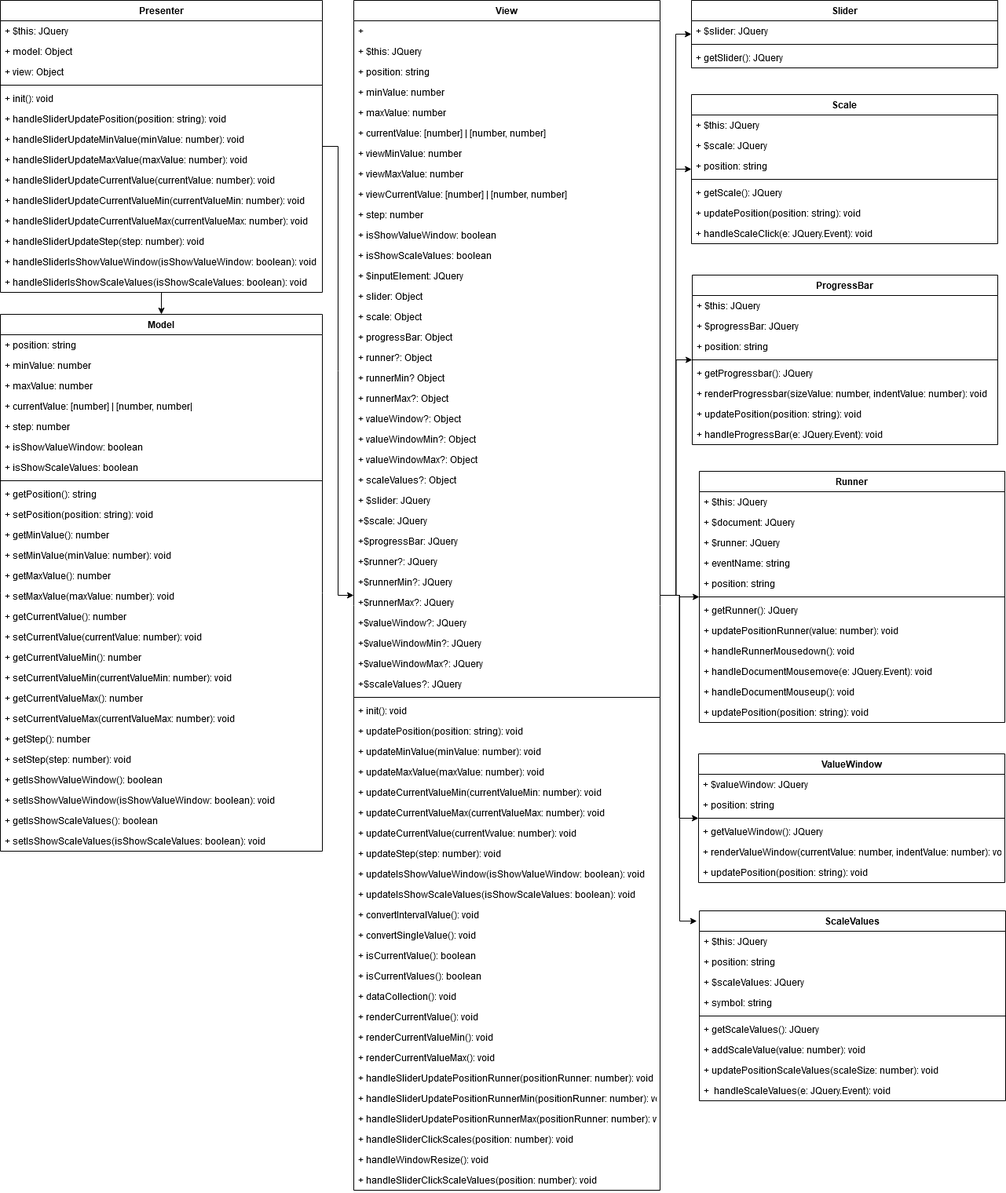
evgeny1993r/jquery-slider-plugin keeps this draw.io diagram as src/images/Untitled Diagram.png. Above is the earlier version. Source tidied: cells renumbered, new cells last; positions are measured from the earlier drawing's top-left corner, leaving out a move shared by most shapes.
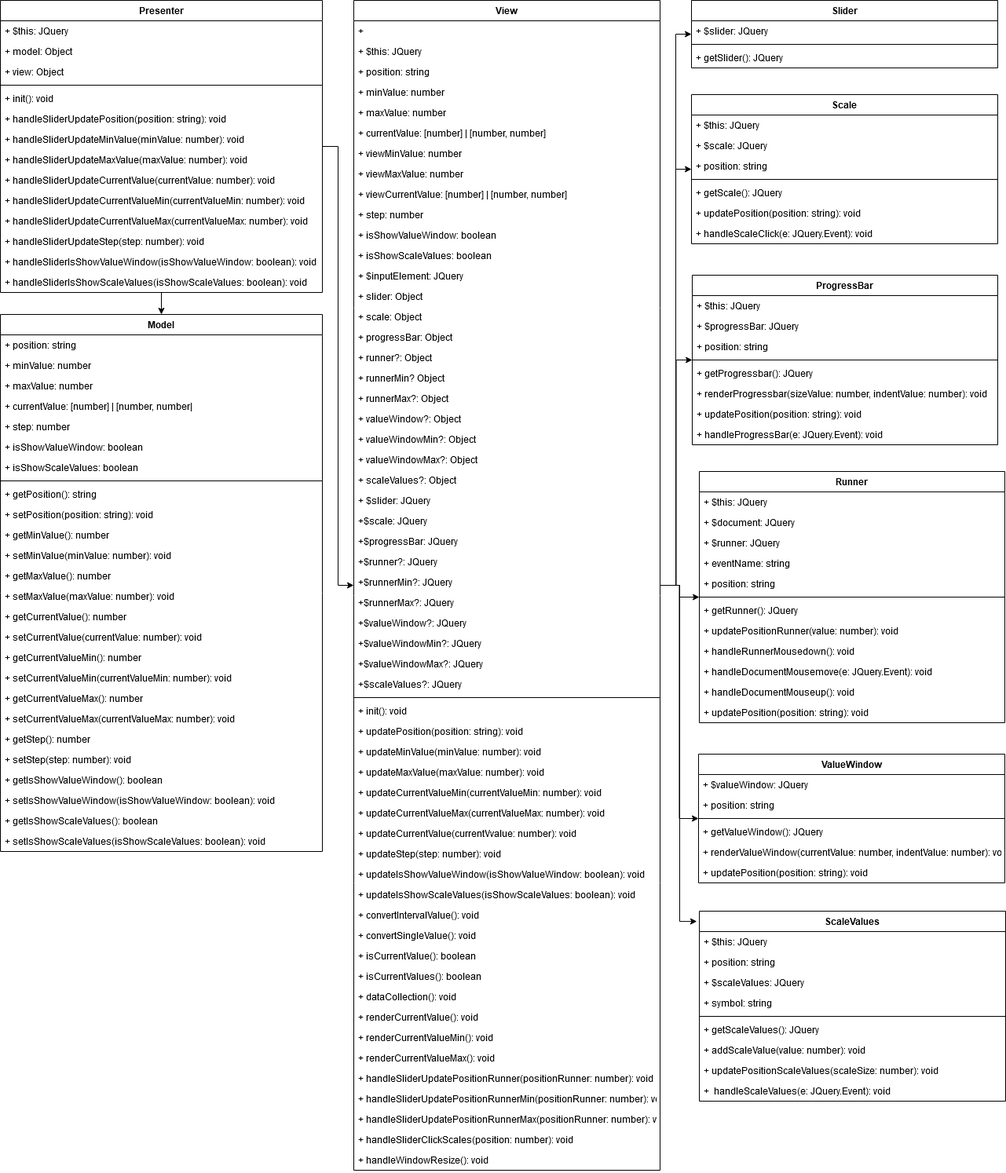
The same diagram one commit later.

The edit, as a diff of the source:
```diff
@@ -21,7 +21,7 @@
       <mxGeometry relative="1" as="geometry" />
     </mxCell>
     <mxCell id="8" value="View" style="swimlane;fontStyle=1;align=center;verticalAlign=top;horizontal=1;startSize=26;" parent="1" vertex="1">
-      <mxGeometry x="450" width="390" height="1516" as="geometry" />
+      <mxGeometry x="450" width="390" height="1490" as="geometry" />
     </mxCell>
     <mxCell id="9" value="+ " style="text;strokeColor=none;fillColor=none;align=left;verticalAlign=top;spacingLeft=4;spacingRight=4;overflow=hidden;" parent="8" vertex="1">
       <mxGeometry y="26" width="390" height="26" as="geometry" />
@@ -194,9 +194,6 @@
     <mxCell id="65" value="+ handleWindowResize(): void&#10;" style="text;strokeColor=none;fillColor=none;align=left;verticalAlign=top;spacingLeft=4;spacingRight=4;overflow=hidden;" parent="8" vertex="1">
       <mxGeometry y="1464" width="390" height="26" as="geometry" />
     </mxCell>
-    <mxCell id="66" value="+ handleSliderClickScaleValues(position: number): void" style="text;strokeColor=none;fillColor=none;align=left;verticalAlign=top;spacingLeft=4;spacingRight=4;overflow=hidden;" parent="8" vertex="1">
-      <mxGeometry y="1490" width="390" height="26" as="geometry" />
-    </mxCell>
     <mxCell id="67" style="edgeStyle=orthogonalEdgeStyle;rounded=0;jettySize=auto;html=1;" parent="1" edge="1" source="69" target="8">
       <mxGeometry relative="1" as="geometry" />
     </mxCell>
```
